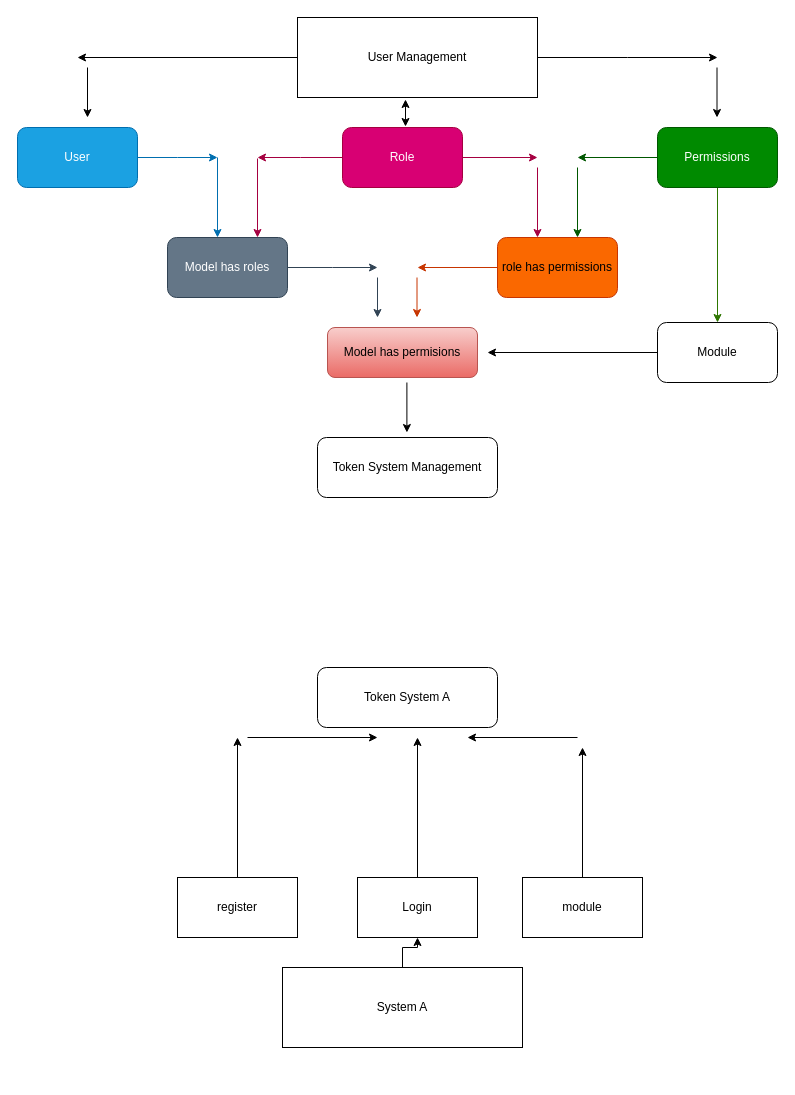
The draw.io diagram Untitled Diagram.drawio in MF1kRi/MF1kRi, before the edit. Source tidied: cells renumbered, new cells numbered last; positions are measured from the earlier drawing's top-left corner, leaving out a move shared by most shapes. Both pictures are drawn from the tidied source at 100%, with x=0, y=0 at pixel (17, 17).
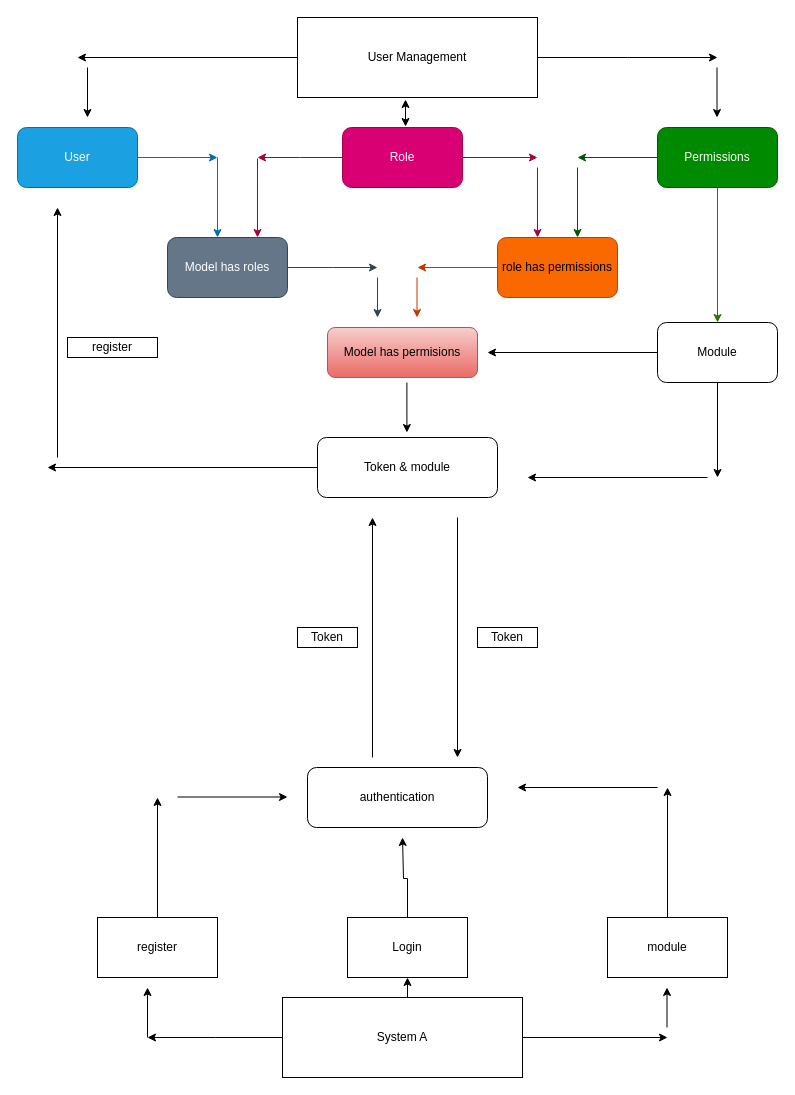
After the change.

Commit message:
PTP DIAGRAM FLOW USER MANAGEMENT

Unchanged cells that the change refers to:
```xml
<mxCell id="28" value="Module" style="rounded=1;whiteSpace=wrap;html=1;" parent="1" vertex="1">
  <mxGeometry x="640" y="305" width="120" height="60" as="geometry" />
</mxCell>
```

Diff of the diagram source:
```diff
@@
+    <mxCell id="42" style="edgeStyle=orthogonalEdgeStyle;rounded=0;jettySize=auto;html=1;" parent="1" edge="1" source="28">
+      <mxGeometry relative="1" as="geometry">
+        <mxPoint x="700" y="460" as="targetPoint" />
+      </mxGeometry>
+    </mxCell>
@@
+    <mxCell id="43" style="edgeStyle=orthogonalEdgeStyle;rounded=0;jettySize=auto;html=1;" parent="1" edge="1" source="30">
+      <mxGeometry relative="1" as="geometry">
+        <mxPoint x="130" y="1020" as="targetPoint" />
+      </mxGeometry>
+    </mxCell>
-    <mxCell id="29" style="edgeStyle=orthogonalEdgeStyle;rounded=0;jettySize=auto;html=1;" parent="1" edge="1" source="30" target="32">
+    <mxCell id="29" style="edgeStyle=orthogonalEdgeStyle;rounded=0;jettySize=auto;html=1;exitX=0.5;exitY=0;exitDx=0;exitDy=0;entryX=0.5;entryY=1;entryDx=0;entryDy=0;" parent="1" edge="1" source="30" target="32">
       <mxGeometry relative="1" as="geometry" />
     </mxCell>
+    <mxCell id="44" style="edgeStyle=orthogonalEdgeStyle;rounded=0;jettySize=auto;html=1;" parent="1" edge="1" source="30">
+      <mxGeometry relative="1" as="geometry">
+        <mxPoint x="650" y="1020" as="targetPoint" />
+      </mxGeometry>
+    </mxCell>
     <mxCell id="30" value="System A" style="rounded=0;whiteSpace=wrap;html=1;" parent="1" vertex="1">
-      <mxGeometry x="265" y="950" width="240" height="80" as="geometry" />
+      <mxGeometry x="265" y="980" width="240" height="80" as="geometry" />
     </mxCell>
-    <mxCell id="31" style="edgeStyle=orthogonalEdgeStyle;rounded=0;jettySize=auto;html=1;" parent="1" edge="1" source="32">
-      <mxGeometry relative="1" as="geometry">
-        <mxPoint x="400" y="720" as="targetPoint" />
-      </mxGeometry>
-    </mxCell>
+    <mxCell id="45" style="edgeStyle=orthogonalEdgeStyle;rounded=0;jettySize=auto;html=1;" parent="1" edge="1" source="32">
+      <mxGeometry relative="1" as="geometry">
+        <mxPoint x="385" y="820" as="targetPoint" />
+        <Array as="points">
+          <mxPoint x="390" y="861" />
+          <mxPoint x="386" y="861" />
+        </Array>
+      </mxGeometry>
+    </mxCell>
     <mxCell id="32" value="Login" style="rounded=0;whiteSpace=wrap;html=1;" parent="1" vertex="1">
-      <mxGeometry x="340" y="860" width="120" height="60" as="geometry" />
+      <mxGeometry x="330" y="900" width="120" height="60" as="geometry" />
     </mxCell>
+    <mxCell id="46" style="edgeStyle=orthogonalEdgeStyle;rounded=0;jettySize=auto;html=1;" parent="1" edge="1" source="33">
+      <mxGeometry relative="1" as="geometry">
+        <mxPoint x="30" y="450" as="targetPoint" />
+      </mxGeometry>
+    </mxCell>
-    <mxCell id="33" value="Token System Management" style="rounded=1;whiteSpace=wrap;html=1;" parent="1" vertex="1">
+    <mxCell id="33" value="Token &amp;amp; module" style="rounded=1;whiteSpace=wrap;html=1;" parent="1" vertex="1">
       <mxGeometry x="300" y="420" width="180" height="60" as="geometry" />
     </mxCell>
-    <mxCell id="34" style="edgeStyle=orthogonalEdgeStyle;rounded=0;jettySize=auto;html=1;" parent="1" edge="1" source="35">
-      <mxGeometry relative="1" as="geometry">
-        <mxPoint x="565" y="730" as="targetPoint" />
-      </mxGeometry>
-    </mxCell>
+    <mxCell id="47" style="edgeStyle=orthogonalEdgeStyle;rounded=0;jettySize=auto;html=1;" parent="1" edge="1" source="35">
+      <mxGeometry relative="1" as="geometry">
+        <mxPoint x="650" y="770" as="targetPoint" />
+      </mxGeometry>
+    </mxCell>
     <mxCell id="35" value="module" style="rounded=0;whiteSpace=wrap;html=1;" parent="1" vertex="1">
-      <mxGeometry x="505" y="860" width="120" height="60" as="geometry" />
+      <mxGeometry x="590" y="900" width="120" height="60" as="geometry" />
     </mxCell>
-    <mxCell id="36" style="edgeStyle=orthogonalEdgeStyle;rounded=0;jettySize=auto;html=1;" parent="1" edge="1" source="37">
-      <mxGeometry relative="1" as="geometry">
-        <mxPoint x="220" y="720" as="targetPoint" />
-      </mxGeometry>
-    </mxCell>
+    <mxCell id="48" style="edgeStyle=orthogonalEdgeStyle;rounded=0;jettySize=auto;html=1;" parent="1" edge="1" source="37">
+      <mxGeometry relative="1" as="geometry">
+        <mxPoint x="140" y="780" as="targetPoint" />
+      </mxGeometry>
+    </mxCell>
     <mxCell id="37" value="register" style="rounded=0;whiteSpace=wrap;html=1;" parent="1" vertex="1">
-      <mxGeometry x="160" y="860" width="120" height="60" as="geometry" />
+      <mxGeometry x="80" y="900" width="120" height="60" as="geometry" />
     </mxCell>
-    <mxCell id="38" style="endArrow=classic;html=1;rounded=0;" parent="1" edge="1">
-      <mxGeometry relative="1" as="geometry">
-        <mxPoint x="230" y="720" as="sourcePoint" />
-        <mxPoint x="360" y="720" as="targetPoint" />
-      </mxGeometry>
-    </mxCell>
-    <mxCell id="39" style="endArrow=classic;html=1;rounded=0;" parent="1" edge="1">
-      <mxGeometry relative="1" as="geometry">
-        <mxPoint x="560" y="720" as="sourcePoint" />
-        <mxPoint x="450" y="720" as="targetPoint" />
-      </mxGeometry>
-    </mxCell>
-    <mxCell id="40" value="Token System A" style="rounded=1;whiteSpace=wrap;html=1;" parent="1" vertex="1">
-      <mxGeometry x="300" y="650" width="180" height="60" as="geometry" />
-    </mxCell>
@@
+    <mxCell id="49" style="endArrow=classic;html=1;rounded=0;" parent="1" edge="1">
+      <mxGeometry relative="1" as="geometry">
+        <mxPoint x="690" y="460" as="sourcePoint" />
+        <mxPoint x="510" y="460" as="targetPoint" />
+      </mxGeometry>
+    </mxCell>
+    <mxCell id="50" style="endArrow=classic;html=1;rounded=0;" parent="1" edge="1">
+      <mxGeometry relative="1" as="geometry">
+        <mxPoint x="130" y="1020" as="sourcePoint" />
+        <mxPoint x="130" y="970" as="targetPoint" />
+      </mxGeometry>
+    </mxCell>
+    <mxCell id="51" style="endArrow=classic;html=1;rounded=0;" parent="1" edge="1">
+      <mxGeometry relative="1" as="geometry">
+        <mxPoint x="649.5" y="1010" as="sourcePoint" />
+        <mxPoint x="649.5" y="970" as="targetPoint" />
+      </mxGeometry>
+    </mxCell>
+    <mxCell id="52" value="authentication" style="rounded=1;whiteSpace=wrap;html=1;" parent="1" vertex="1">
+      <mxGeometry x="290" y="750" width="180" height="60" as="geometry" />
+    </mxCell>
+    <mxCell id="53" style="endArrow=classic;html=1;rounded=0;" parent="1" edge="1">
+      <mxGeometry relative="1" as="geometry">
+        <mxPoint x="160" y="779.5" as="sourcePoint" />
+        <mxPoint x="270" y="779.5" as="targetPoint" />
+      </mxGeometry>
+    </mxCell>
+    <mxCell id="54" style="endArrow=classic;html=1;rounded=0;" parent="1" edge="1">
+      <mxGeometry relative="1" as="geometry">
+        <mxPoint x="640" y="770" as="sourcePoint" />
+        <mxPoint x="500" y="770" as="targetPoint" />
+      </mxGeometry>
+    </mxCell>
+    <mxCell id="55" style="endArrow=classic;html=1;rounded=0;" parent="1" edge="1">
+      <mxGeometry relative="1" as="geometry">
+        <mxPoint x="355" y="740" as="sourcePoint" />
+        <mxPoint x="355" y="500" as="targetPoint" />
+      </mxGeometry>
+    </mxCell>
+    <mxCell id="56" style="endArrow=classic;html=1;rounded=0;" parent="1" edge="1">
+      <mxGeometry relative="1" as="geometry">
+        <mxPoint x="440" y="500" as="sourcePoint" />
+        <mxPoint x="440" y="740" as="targetPoint" />
+      </mxGeometry>
+    </mxCell>
+    <mxCell id="57" value="Token" style="rounded=0;whiteSpace=wrap;html=1;" parent="1" vertex="1">
+      <mxGeometry x="460" y="610" width="60" height="20" as="geometry" />
+    </mxCell>
+    <mxCell id="58" value="Token" style="rounded=0;whiteSpace=wrap;html=1;" parent="1" vertex="1">
+      <mxGeometry x="280" y="610" width="60" height="20" as="geometry" />
+    </mxCell>
+    <mxCell id="59" style="endArrow=classic;html=1;rounded=0;" parent="1" edge="1">
+      <mxGeometry relative="1" as="geometry">
+        <mxPoint x="40" y="440" as="sourcePoint" />
+        <mxPoint x="40" y="190" as="targetPoint" />
+      </mxGeometry>
+    </mxCell>
+    <mxCell id="60" value="register" style="rounded=0;whiteSpace=wrap;html=1;" parent="1" vertex="1">
+      <mxGeometry x="50" y="320" width="90" height="20" as="geometry" />
+    </mxCell>
```
